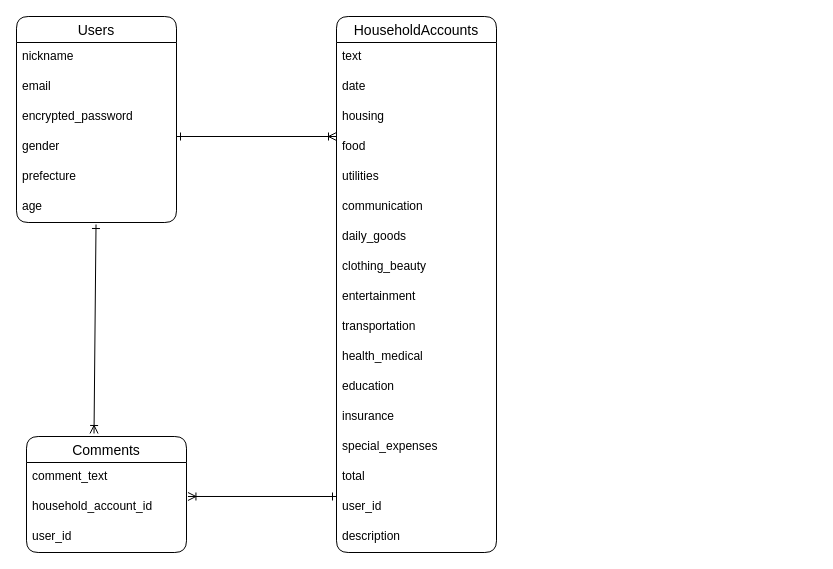
This is money_scram.dio from taikiwish/money_scrum_app, a draw.io file, before an edit. Source tidied: cells renumbered, new cells numbered last; positions are measured from the earlier drawing's top-left corner, leaving out a move shared by most shapes. Both pictures are drawn from the tidied source at 100%, with x=0, y=0 at pixel (16, 16).
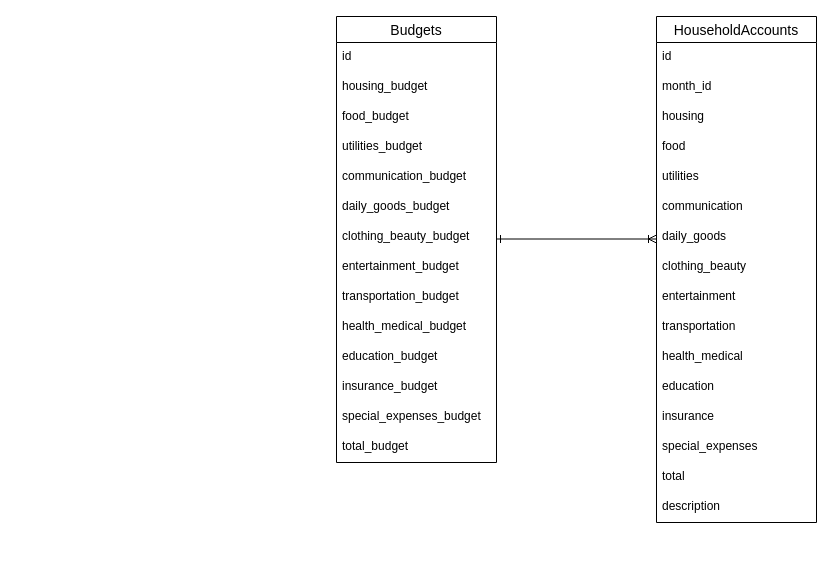
The same diagram, later.

The edit, as a diff of the source:
```diff
@@
-    <mxCell id="2" value="Users" style="swimlane;fontStyle=0;horizontal=1;startSize=26;align=center;fontSize=14;rounded=1;" parent="1" vertex="1">
-      <mxGeometry width="160" height="206" as="geometry" />
-    </mxCell>
-    <mxCell id="3" value="nickname&#9;" style="text;strokeColor=none;fillColor=none;spacingLeft=4;spacingRight=4;overflow=hidden;fontSize=12;rounded=1;" parent="2" vertex="1">
-      <mxGeometry y="26" width="160" height="30" as="geometry" />
-    </mxCell>
-    <mxCell id="4" value="email" style="text;strokeColor=none;fillColor=none;spacingLeft=4;spacingRight=4;overflow=hidden;fontSize=12;rounded=1;" parent="2" vertex="1">
-      <mxGeometry y="56" width="160" height="30" as="geometry" />
-    </mxCell>
-    <mxCell id="5" value="encrypted_password" style="text;strokeColor=none;fillColor=none;spacingLeft=4;spacingRight=4;overflow=hidden;fontSize=12;rounded=1;" parent="2" vertex="1">
-      <mxGeometry y="86" width="160" height="30" as="geometry" />
-    </mxCell>
-    <mxCell id="6" value="gender" style="text;strokeColor=none;fillColor=none;spacingLeft=4;spacingRight=4;overflow=hidden;fontSize=12;rounded=1;" parent="2" vertex="1">
-      <mxGeometry y="116" width="160" height="30" as="geometry" />
-    </mxCell>
-    <mxCell id="7" value="prefecture" style="text;strokeColor=none;fillColor=none;spacingLeft=4;spacingRight=4;overflow=hidden;fontSize=12;rounded=1;" parent="2" vertex="1">
-      <mxGeometry y="146" width="160" height="30" as="geometry" />
-    </mxCell>
-    <mxCell id="8" value="age" style="text;strokeColor=none;fillColor=none;spacingLeft=4;spacingRight=4;overflow=hidden;points=[[0,0.5],[1,0.5]];portConstraint=eastwest;fontSize=12;rounded=1;" parent="2" vertex="1">
-      <mxGeometry y="176" width="160" height="30" as="geometry" />
-    </mxCell>
-    <mxCell id="9" value="HouseholdAccounts" style="swimlane;fontStyle=0;horizontal=1;startSize=26;align=center;fontSize=14;rounded=1;" parent="1" vertex="1">
-      <mxGeometry x="320" width="160" height="536" as="geometry" />
+    <mxCell id="9" value="Budgets" style="swimlane;fontStyle=0;horizontal=1;startSize=26;align=center;fontSize=14;rounded=0;" parent="1" vertex="1">
+      <mxGeometry x="320" width="160" height="446" as="geometry" />
     </mxCell>
-    <mxCell id="10" value="text&#10;" style="text;strokeColor=none;fillColor=none;spacingLeft=4;spacingRight=4;overflow=hidden;fontSize=12;rounded=1;" parent="9" vertex="1">
+    <mxCell id="10" value="id" style="text;strokeColor=none;fillColor=none;spacingLeft=4;spacingRight=4;overflow=hidden;fontSize=12;rounded=0;" parent="9" vertex="1">
       <mxGeometry y="26" width="160" height="30" as="geometry" />
     </mxCell>
-    <mxCell id="11" value="date" style="text;strokeColor=none;fillColor=none;spacingLeft=4;spacingRight=4;overflow=hidden;fontSize=12;rounded=1;" parent="9" vertex="1">
-      <mxGeometry y="56" width="160" height="30" as="geometry" />
-    </mxCell>
-    <mxCell id="12" value="housing" style="text;strokeColor=none;fillColor=none;spacingLeft=4;spacingRight=4;overflow=hidden;fontSize=12;rounded=1;" parent="9" vertex="1">
-      <mxGeometry y="86" width="160" height="30" as="geometry" />
+    <mxCell id="12" value="housing_budget" style="text;strokeColor=none;fillColor=none;spacingLeft=4;spacingRight=4;overflow=hidden;fontSize=12;rounded=0;" parent="9" vertex="1">
+      <mxGeometry y="56" width="160" height="30" as="geometry" />
     </mxCell>
-    <mxCell id="13" value="food" style="text;strokeColor=none;fillColor=none;spacingLeft=4;spacingRight=4;overflow=hidden;fontSize=12;rounded=1;" parent="9" vertex="1">
-      <mxGeometry y="116" width="160" height="30" as="geometry" />
+    <mxCell id="13" value="food_budget" style="text;strokeColor=none;fillColor=none;spacingLeft=4;spacingRight=4;overflow=hidden;fontSize=12;rounded=0;" parent="9" vertex="1">
+      <mxGeometry y="86" width="160" height="30" as="geometry" />
     </mxCell>
-    <mxCell id="14" value="utilities" style="text;strokeColor=none;fillColor=none;spacingLeft=4;spacingRight=4;overflow=hidden;fontSize=12;rounded=1;" parent="9" vertex="1">
-      <mxGeometry y="146" width="160" height="30" as="geometry" />
+    <mxCell id="14" value="utilities_budget" style="text;strokeColor=none;fillColor=none;spacingLeft=4;spacingRight=4;overflow=hidden;fontSize=12;rounded=0;" parent="9" vertex="1">
+      <mxGeometry y="116" width="160" height="30" as="geometry" />
     </mxCell>
-    <mxCell id="15" value="communication" style="text;strokeColor=none;fillColor=none;spacingLeft=4;spacingRight=4;overflow=hidden;fontSize=12;rounded=1;" parent="9" vertex="1">
-      <mxGeometry y="176" width="160" height="30" as="geometry" />
+    <mxCell id="15" value="communication_budget" style="text;strokeColor=none;fillColor=none;spacingLeft=4;spacingRight=4;overflow=hidden;fontSize=12;rounded=0;" parent="9" vertex="1">
+      <mxGeometry y="146" width="160" height="30" as="geometry" />
     </mxCell>
-    <mxCell id="16" value="daily_goods" style="text;strokeColor=none;fillColor=none;spacingLeft=4;spacingRight=4;overflow=hidden;fontSize=12;rounded=1;" parent="9" vertex="1">
-      <mxGeometry y="206" width="160" height="30" as="geometry" />
+    <mxCell id="16" value="daily_goods_budget" style="text;strokeColor=none;fillColor=none;spacingLeft=4;spacingRight=4;overflow=hidden;fontSize=12;rounded=0;" parent="9" vertex="1">
+      <mxGeometry y="176" width="160" height="30" as="geometry" />
     </mxCell>
-    <mxCell id="17" value="clothing_beauty" style="text;strokeColor=none;fillColor=none;spacingLeft=4;spacingRight=4;overflow=hidden;fontSize=12;rounded=1;" parent="9" vertex="1">
-      <mxGeometry y="236" width="160" height="30" as="geometry" />
+    <mxCell id="17" value="clothing_beauty_budget" style="text;strokeColor=none;fillColor=none;spacingLeft=4;spacingRight=4;overflow=hidden;fontSize=12;rounded=0;" parent="9" vertex="1">
+      <mxGeometry y="206" width="160" height="30" as="geometry" />
     </mxCell>
-    <mxCell id="18" value="entertainment" style="text;strokeColor=none;fillColor=none;spacingLeft=4;spacingRight=4;overflow=hidden;fontSize=12;rounded=1;" parent="9" vertex="1">
-      <mxGeometry y="266" width="160" height="30" as="geometry" />
+    <mxCell id="18" value="entertainment_budget" style="text;strokeColor=none;fillColor=none;spacingLeft=4;spacingRight=4;overflow=hidden;fontSize=12;rounded=0;" parent="9" vertex="1">
+      <mxGeometry y="236" width="160" height="30" as="geometry" />
     </mxCell>
-    <mxCell id="19" value="transportation" style="text;strokeColor=none;fillColor=none;spacingLeft=4;spacingRight=4;overflow=hidden;fontSize=12;rounded=1;" parent="9" vertex="1">
-      <mxGeometry y="296" width="160" height="30" as="geometry" />
+    <mxCell id="19" value="transportation_budget" style="text;strokeColor=none;fillColor=none;spacingLeft=4;spacingRight=4;overflow=hidden;fontSize=12;rounded=0;" parent="9" vertex="1">
+      <mxGeometry y="266" width="160" height="30" as="geometry" />
     </mxCell>
-    <mxCell id="20" value="health_medical" style="text;strokeColor=none;fillColor=none;spacingLeft=4;spacingRight=4;overflow=hidden;fontSize=12;rounded=1;" parent="9" vertex="1">
-      <mxGeometry y="326" width="160" height="30" as="geometry" />
+    <mxCell id="20" value="health_medical_budget" style="text;strokeColor=none;fillColor=none;spacingLeft=4;spacingRight=4;overflow=hidden;fontSize=12;rounded=0;" parent="9" vertex="1">
+      <mxGeometry y="296" width="160" height="30" as="geometry" />
     </mxCell>
-    <mxCell id="21" value="education" style="text;strokeColor=none;fillColor=none;spacingLeft=4;spacingRight=4;overflow=hidden;fontSize=12;rounded=1;" parent="9" vertex="1">
-      <mxGeometry y="356" width="160" height="30" as="geometry" />
+    <mxCell id="21" value="education_budget" style="text;strokeColor=none;fillColor=none;spacingLeft=4;spacingRight=4;overflow=hidden;fontSize=12;rounded=0;" parent="9" vertex="1">
+      <mxGeometry y="326" width="160" height="30" as="geometry" />
     </mxCell>
-    <mxCell id="22" value="insurance" style="text;strokeColor=none;fillColor=none;spacingLeft=4;spacingRight=4;overflow=hidden;fontSize=12;rounded=1;" parent="9" vertex="1">
-      <mxGeometry y="386" width="160" height="30" as="geometry" />
+    <mxCell id="22" value="insurance_budget" style="text;strokeColor=none;fillColor=none;spacingLeft=4;spacingRight=4;overflow=hidden;fontSize=12;rounded=0;" parent="9" vertex="1">
+      <mxGeometry y="356" width="160" height="30" as="geometry" />
     </mxCell>
-    <mxCell id="23" value="special_expenses" style="text;strokeColor=none;fillColor=none;spacingLeft=4;spacingRight=4;overflow=hidden;fontSize=12;rounded=1;" parent="9" vertex="1">
-      <mxGeometry y="416" width="160" height="30" as="geometry" />
+    <mxCell id="23" value="special_expenses_budget" style="text;strokeColor=none;fillColor=none;spacingLeft=4;spacingRight=4;overflow=hidden;fontSize=12;rounded=0;" parent="9" vertex="1">
+      <mxGeometry y="386" width="160" height="30" as="geometry" />
     </mxCell>
-    <mxCell id="24" value="total" style="text;strokeColor=none;fillColor=none;spacingLeft=4;spacingRight=4;overflow=hidden;fontSize=12;rounded=1;" parent="9" vertex="1">
-      <mxGeometry y="446" width="160" height="30" as="geometry" />
+    <mxCell id="24" value="total_budget" style="text;strokeColor=none;fillColor=none;spacingLeft=4;spacingRight=4;overflow=hidden;fontSize=12;rounded=0;" parent="9" vertex="1">
+      <mxGeometry y="416" width="160" height="30" as="geometry" />
     </mxCell>
-    <mxCell id="25" value="user_id" style="text;strokeColor=none;fillColor=none;spacingLeft=4;spacingRight=4;overflow=hidden;fontSize=12;rounded=1;" parent="9" vertex="1">
-      <mxGeometry y="476" width="160" height="30" as="geometry" />
-    </mxCell>
+    <mxCell id="34" value="HouseholdAccounts" style="swimlane;fontStyle=0;horizontal=1;startSize=26;align=center;fontSize=14;rounded=0;" parent="1" vertex="1">
+      <mxGeometry x="640" width="160" height="506" as="geometry" />
+    </mxCell>
+    <mxCell id="35" value="id   " style="text;strokeColor=none;fillColor=none;spacingLeft=4;spacingRight=4;overflow=hidden;fontSize=12;rounded=0;" parent="34" vertex="1">
+      <mxGeometry y="26" width="160" height="30" as="geometry" />
+    </mxCell>
+    <mxCell id="36" value="month_id" style="text;strokeColor=none;fillColor=none;spacingLeft=4;spacingRight=4;overflow=hidden;fontSize=12;rounded=0;" parent="34" vertex="1">
+      <mxGeometry y="56" width="160" height="30" as="geometry" />
+    </mxCell>
+    <mxCell id="37" value="housing" style="text;strokeColor=none;fillColor=none;spacingLeft=4;spacingRight=4;overflow=hidden;fontSize=12;rounded=0;" parent="34" vertex="1">
+      <mxGeometry y="86" width="160" height="30" as="geometry" />
+    </mxCell>
+    <mxCell id="38" value="food" style="text;strokeColor=none;fillColor=none;spacingLeft=4;spacingRight=4;overflow=hidden;fontSize=12;rounded=0;" parent="34" vertex="1">
+      <mxGeometry y="116" width="160" height="30" as="geometry" />
+    </mxCell>
+    <mxCell id="39" value="utilities" style="text;strokeColor=none;fillColor=none;spacingLeft=4;spacingRight=4;overflow=hidden;fontSize=12;rounded=0;" parent="34" vertex="1">
+      <mxGeometry y="146" width="160" height="30" as="geometry" />
+    </mxCell>
+    <mxCell id="40" value="communication" style="text;strokeColor=none;fillColor=none;spacingLeft=4;spacingRight=4;overflow=hidden;fontSize=12;rounded=0;" parent="34" vertex="1">
+      <mxGeometry y="176" width="160" height="30" as="geometry" />
+    </mxCell>
+    <mxCell id="41" value="daily_goods" style="text;strokeColor=none;fillColor=none;spacingLeft=4;spacingRight=4;overflow=hidden;fontSize=12;rounded=0;" parent="34" vertex="1">
+      <mxGeometry y="206" width="160" height="30" as="geometry" />
+    </mxCell>
+    <mxCell id="42" value="clothing_beauty" style="text;strokeColor=none;fillColor=none;spacingLeft=4;spacingRight=4;overflow=hidden;fontSize=12;rounded=0;" parent="34" vertex="1">
+      <mxGeometry y="236" width="160" height="30" as="geometry" />
+    </mxCell>
+    <mxCell id="43" value="entertainment" style="text;strokeColor=none;fillColor=none;spacingLeft=4;spacingRight=4;overflow=hidden;fontSize=12;rounded=0;" parent="34" vertex="1">
+      <mxGeometry y="266" width="160" height="30" as="geometry" />
+    </mxCell>
+    <mxCell id="44" value="transportation" style="text;strokeColor=none;fillColor=none;spacingLeft=4;spacingRight=4;overflow=hidden;fontSize=12;rounded=0;" parent="34" vertex="1">
+      <mxGeometry y="296" width="160" height="30" as="geometry" />
+    </mxCell>
+    <mxCell id="45" value="health_medical" style="text;strokeColor=none;fillColor=none;spacingLeft=4;spacingRight=4;overflow=hidden;fontSize=12;rounded=0;" parent="34" vertex="1">
+      <mxGeometry y="326" width="160" height="30" as="geometry" />
+    </mxCell>
+    <mxCell id="46" value="education" style="text;strokeColor=none;fillColor=none;spacingLeft=4;spacingRight=4;overflow=hidden;fontSize=12;rounded=0;" parent="34" vertex="1">
+      <mxGeometry y="356" width="160" height="30" as="geometry" />
+    </mxCell>
+    <mxCell id="47" value="insurance" style="text;strokeColor=none;fillColor=none;spacingLeft=4;spacingRight=4;overflow=hidden;fontSize=12;rounded=0;" parent="34" vertex="1">
+      <mxGeometry y="386" width="160" height="30" as="geometry" />
+    </mxCell>
+    <mxCell id="48" value="special_expenses" style="text;strokeColor=none;fillColor=none;spacingLeft=4;spacingRight=4;overflow=hidden;fontSize=12;rounded=0;" parent="34" vertex="1">
+      <mxGeometry y="416" width="160" height="30" as="geometry" />
+    </mxCell>
+    <mxCell id="49" value="total" style="text;strokeColor=none;fillColor=none;spacingLeft=4;spacingRight=4;overflow=hidden;fontSize=12;rounded=0;" parent="34" vertex="1">
+      <mxGeometry y="446" width="160" height="30" as="geometry" />
+    </mxCell>
-    <mxCell id="26" value="description" style="text;strokeColor=none;fillColor=none;spacingLeft=4;spacingRight=4;overflow=hidden;fontSize=12;rounded=1;" parent="9" vertex="1">
-      <mxGeometry y="506" width="160" height="30" as="geometry" />
+    <mxCell id="26" value="description" style="text;strokeColor=none;fillColor=none;spacingLeft=4;spacingRight=4;overflow=hidden;fontSize=12;rounded=0;" parent="34" vertex="1">
+      <mxGeometry y="476" width="160" height="30" as="geometry" />
     </mxCell>
-    <mxCell id="27" value="Comments" style="swimlane;fontStyle=0;horizontal=1;startSize=26;align=center;fontSize=14;rounded=1;" parent="1" vertex="1">
-      <mxGeometry x="10" y="420" width="160" height="116" as="geometry" />
-    </mxCell>
-    <mxCell id="28" value="comment_text" style="text;strokeColor=none;fillColor=none;spacingLeft=4;spacingRight=4;overflow=hidden;fontSize=12;rounded=1;" parent="27" vertex="1">
-      <mxGeometry y="26" width="160" height="30" as="geometry" />
-    </mxCell>
-    <mxCell id="29" value="household_account_id" style="text;strokeColor=none;fillColor=none;spacingLeft=4;spacingRight=4;overflow=hidden;points=[[0,0.5],[1,0.5]];portConstraint=eastwest;fontSize=12;rounded=1;" parent="27" vertex="1">
-      <mxGeometry y="56" width="160" height="30" as="geometry" />
-    </mxCell>
-    <mxCell id="30" value="user_id" style="text;strokeColor=none;fillColor=none;spacingLeft=4;spacingRight=4;overflow=hidden;fontSize=12;rounded=1;" parent="27" vertex="1">
-      <mxGeometry y="86" width="160" height="30" as="geometry" />
-    </mxCell>
-    <mxCell id="31" style="edgeStyle=none;html=1;startArrow=ERoneToMany;startFill=0;endArrow=ERone;endFill=0;entryX=0.497;entryY=1.067;entryDx=0;entryDy=0;entryPerimeter=0;exitX=0.422;exitY=-0.026;exitDx=0;exitDy=0;exitPerimeter=0;" parent="1" edge="1" source="27" target="8">
-      <mxGeometry relative="1" as="geometry" />
-    </mxCell>
-    <mxCell id="32" style="edgeStyle=none;html=1;startArrow=ERoneToMany;startFill=0;endArrow=ERone;endFill=0;exitX=1.009;exitY=0.133;exitDx=0;exitDy=0;exitPerimeter=0;" parent="1" edge="1" source="29">
-      <mxGeometry relative="1" as="geometry">
-        <mxPoint x="320" y="480" as="targetPoint" />
-      </mxGeometry>
-    </mxCell>
-    <mxCell id="33" style="edgeStyle=none;html=1;startArrow=ERone;startFill=0;endArrow=ERoneToMany;endFill=0;exitX=1.009;exitY=0.133;exitDx=0;exitDy=0;exitPerimeter=0;" parent="1" edge="1">
-      <mxGeometry relative="1" as="geometry">
-        <mxPoint x="160" y="120" as="sourcePoint" />
-        <mxPoint x="320" y="120" as="targetPoint" />
-      </mxGeometry>
-    </mxCell>
+    <mxCell id="50" style="endArrow=ERoneToMany;html=1;rounded=0;startArrow=ERone;startFill=0;endFill=0;" parent="1" edge="1">
+      <mxGeometry relative="1" as="geometry">
+        <mxPoint x="480" y="222.5" as="sourcePoint" />
+        <mxPoint x="640" y="222.5" as="targetPoint" />
+      </mxGeometry>
+    </mxCell>
```
